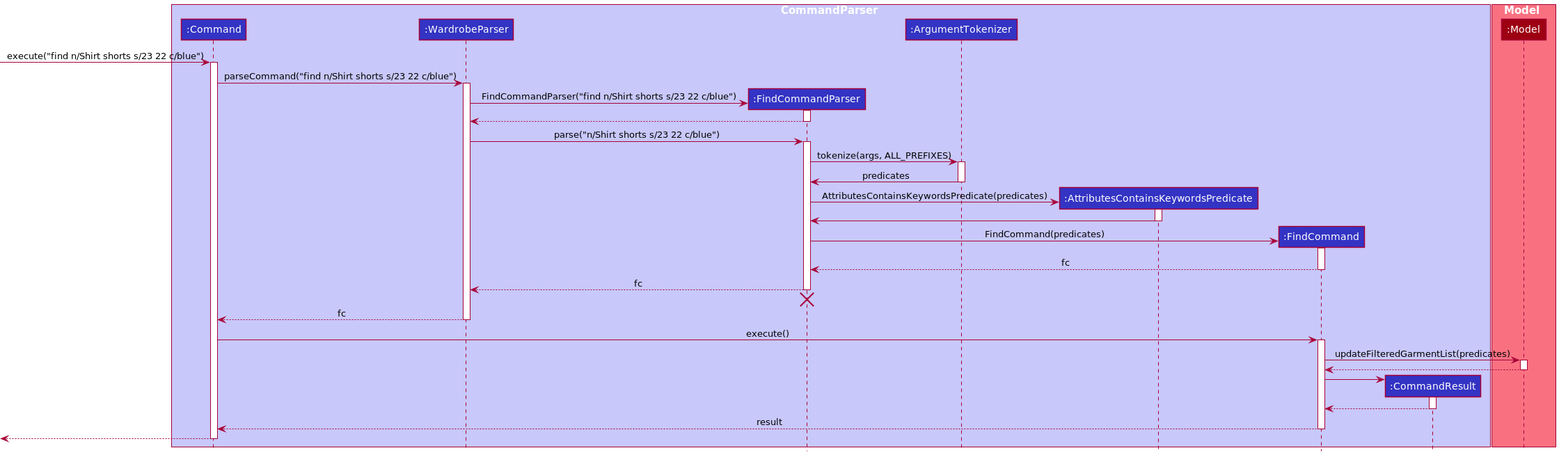
nus-cs2103-AY2021S2/tp keeps this PlantUML diagram as docs/images/FindSequenceDiagram.png. Above is the earlier version.
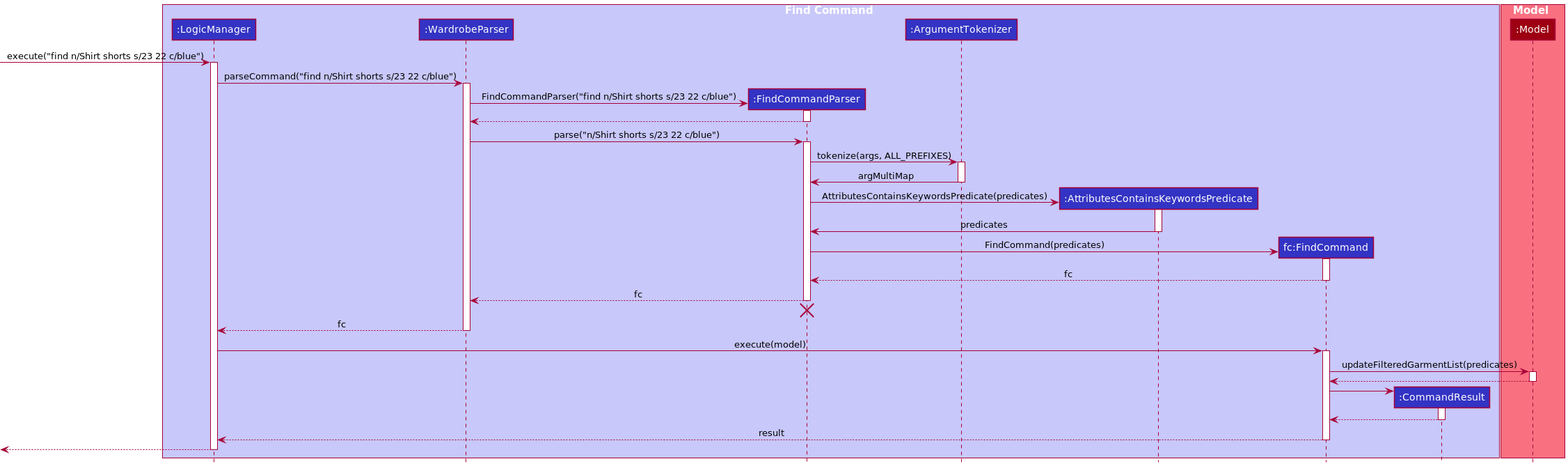
The same diagram one commit later.

What changed in the source:
```diff
@@ -1,13 +1,13 @@
 @startuml
 !include style.puml
 
-box CommandParser LOGIC_COLOR_T1
-participant ":Command" as Command LOGIC_COLOR
+box Find Command LOGIC_COLOR_T1
+participant ":LogicManager" as LogicManager LOGIC_COLOR
 participant ":WardrobeParser" as WardrobeParser LOGIC_COLOR
 participant ":FindCommandParser" as FindCommandParser LOGIC_COLOR
 participant ":ArgumentTokenizer" as ArgumentTokenizer LOGIC_COLOR
 participant ":AttributesContainsKeywordsPredicate" as AttributesContainsKeywordsPredicate LOGIC_COLOR
-participant ":FindCommand" as FindCommand LOGIC_COLOR
+participant "fc:FindCommand" as FindCommand LOGIC_COLOR
 participant ":CommandResult" as CommandResult LOGIC_COLOR
 end box
 
@@ -15,10 +15,10 @@
 participant ":Model" as Model MODEL_COLOR
 end box
 
-[-> Command : execute("find n/Shirt shorts s/23 22 c/blue")
-activate Command
+[-> LogicManager : execute("find n/Shirt shorts s/23 22 c/blue")
+activate LogicManager
 
-Command -> WardrobeParser : parseCommand("find n/Shirt shorts s/23 22 c/blue")
+LogicManager -> WardrobeParser : parseCommand("find n/Shirt shorts s/23 22 c/blue")
 activate WardrobeParser
 
 create FindCommandParser
@@ -34,14 +34,14 @@
 FindCommandParser -> ArgumentTokenizer : tokenize(args, ALL_PREFIXES)
 activate ArgumentTokenizer
 
-ArgumentTokenizer -> FindCommandParser : predicates
+ArgumentTokenizer -> FindCommandParser : argMultiMap
 deactivate ArgumentTokenizer
 
 create AttributesContainsKeywordsPredicate
 FindCommandParser -> AttributesContainsKeywordsPredicate : AttributesContainsKeywordsPredicate(predicates)
 activate AttributesContainsKeywordsPredicate
 
-AttributesContainsKeywordsPredicate -> FindCommandParser
+AttributesContainsKeywordsPredicate -> FindCommandParser : predicates
 deactivate AttributesContainsKeywordsPredicate
 
 create FindCommand
@@ -56,10 +56,10 @@
 FindCommandParser -[hidden]-> WardrobeParser
 destroy FindCommandParser
 
-WardrobeParser --> Command : fc
+WardrobeParser --> LogicManager : fc
 deactivate WardrobeParser
 
-Command -> FindCommand : execute()
+LogicManager -> FindCommand : execute(model)
 activate FindCommand
 
 FindCommand -> Model : updateFilteredGarmentList(predicates)
@@ -75,9 +75,9 @@
 CommandResult --> FindCommand
 deactivate CommandResult
 
-FindCommand --> Command : result
+FindCommand --> LogicManager : result
 deactivate FindCommand
 
-[<--Command
-deactivate Command
+[<--LogicManager
+deactivate LogicManager
 @enduml
```
